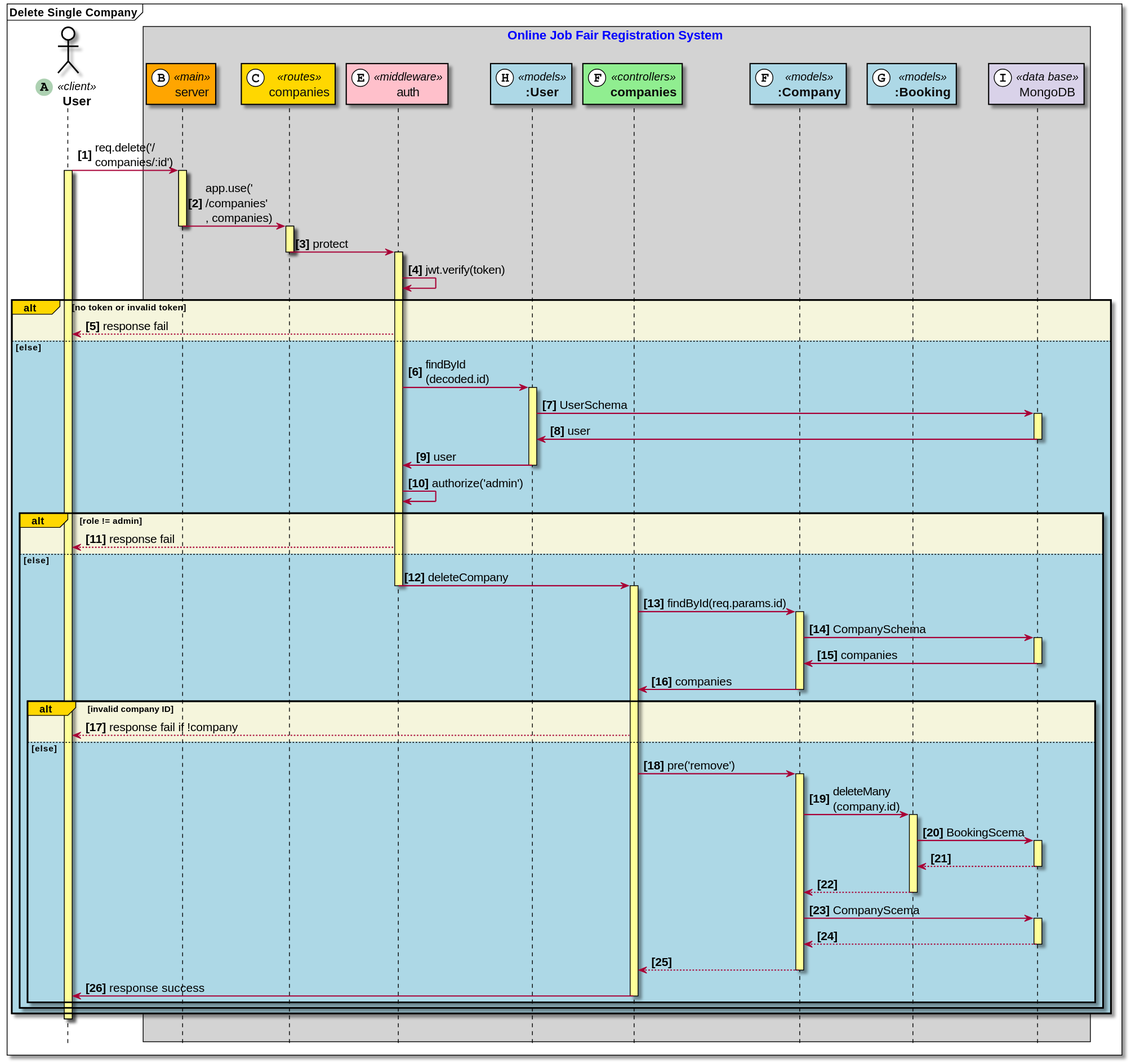
The PlantUML diagram doc_asset/diagrams/squence_diagrams/company/delete_single_company.svg in wisarootl/online-job-fair-registration, before a commit.
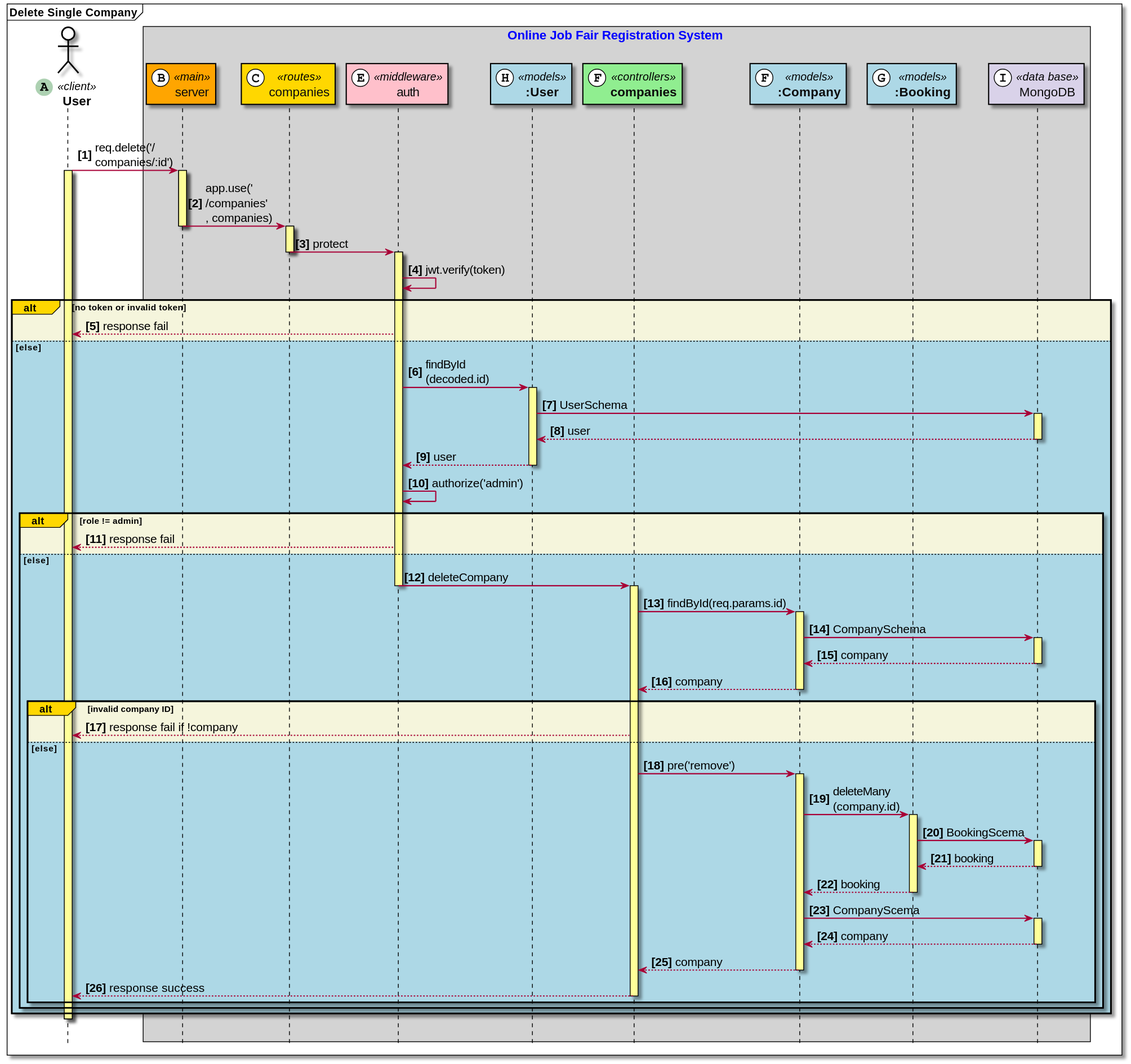
After the commit.

Change to the diagram source:
```diff
@@ -39,9 +39,9 @@
 Activate models_User
 models_User->mongo: UserSchema
 Activate mongo
-mongo->models_User: user
+mongo-->models_User: user
 DeActivate mongo
-models_User->middleware_auth: user
+models_User-->middleware_auth: user
 DeActivate models_User
 middleware_auth->middleware_auth: authorize('admin')
 Alt#Gold #Beige role != admin
@@ -54,9 +54,9 @@
 Activate models_Company
 models_Company->mongo: CompanySchema
 Activate mongo
-mongo->models_Company: companies
+mongo-->models_Company: company
 DeActivate mongo
-models_Company->controllers_companies: companies
+models_Company-->controllers_companies: company
 DeActivate models_Company
 Alt#Gold #Beige invalid company ID
 controllers_companies-->user: response fail if !company
@@ -67,17 +67,17 @@
 Activate models_Booking
 models_Booking->mongo: BookingScema
 Activate mongo
-mongo-->models_Booking
+mongo-->models_Booking: booking
 DeActivate mongo
-models_Booking-->models_Company
+models_Booking-->models_Company: booking
 DeActivate models_Booking
 models_Company->mongo: CompanyScema
 Activate mongo
-mongo-->models_Company
+mongo-->models_Company: company
 DeActivate mongo
-models_Company-->controllers_companies
+models_Company-->controllers_companies: company
 DeActivate models_Company
-controllers_companies->user: response success
+controllers_companies-->user: response success
 DeActivate controllers_companies
 End Alt
 End Alt
```
